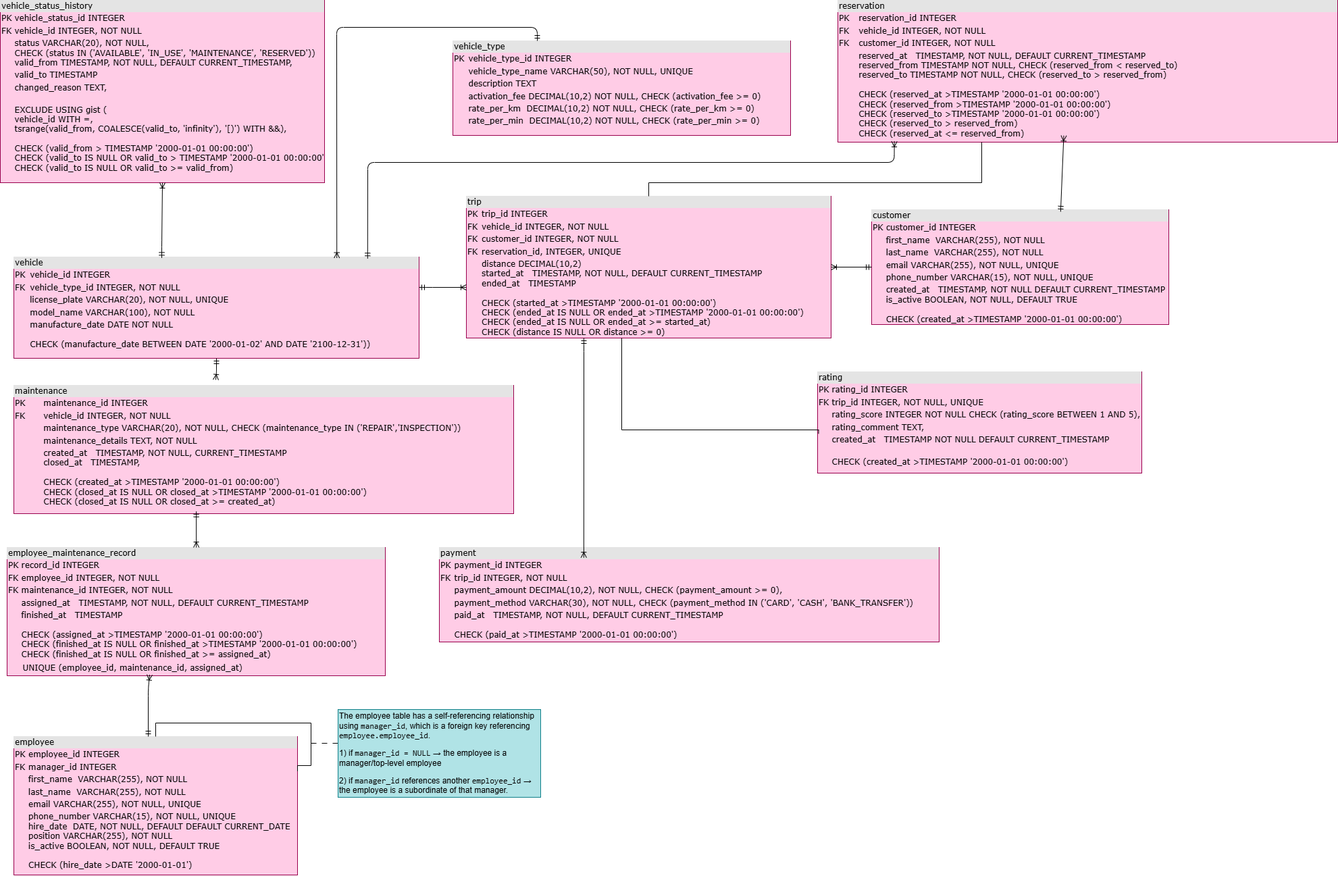
alexandramanica/Manica_Alexandra_SP26 keeps this draw.io diagram as DB_Alexandra_Manica_HW_CarSharingService_diagram_upd.png. Above is the earlier version. Source tidied: cells renumbered, new cells last; positions are measured from the earlier drawing's top-left corner, leaving out a move shared by most shapes.
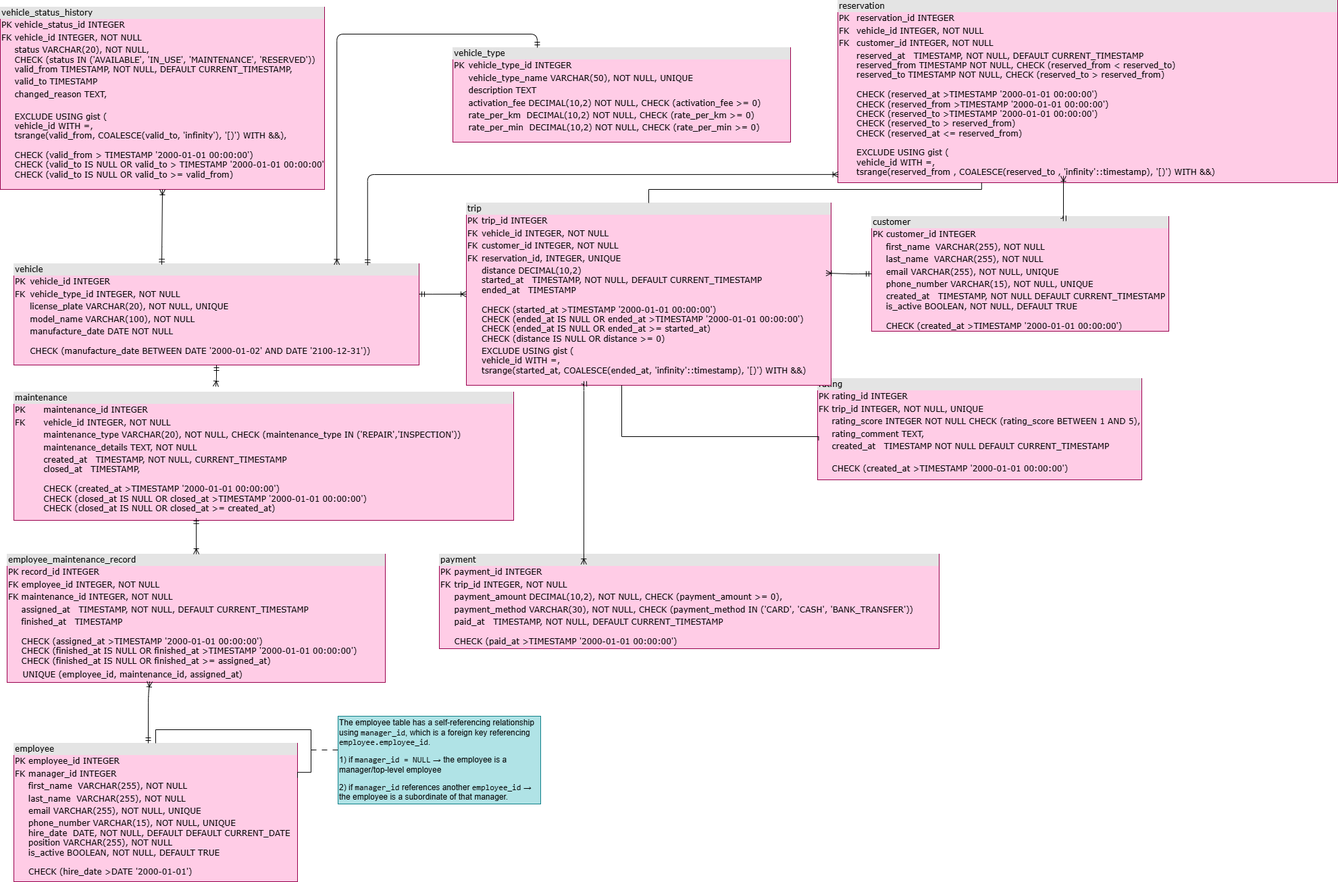
The same diagram one commit later.

Commit message:
SQL_DDL_HW_FeedbackImplemented

Diff of the diagram source:
```diff
@@ -65,8 +65,8 @@
         </Array>
       </mxGeometry>
     </mxCell>
-    <mxCell id="16" value="&lt;div style=&quot;box-sizing: border-box; width: 100%; background: rgb(228, 228, 228); padding: 2px;&quot;&gt;trip&lt;/div&gt;&lt;table style=&quot;width: 100% ; font-size: 1em&quot; cellpadding=&quot;2&quot; cellspacing=&quot;0&quot;&gt;&lt;tbody&gt;&lt;tr&gt;&lt;td&gt;PK&lt;/td&gt;&lt;td&gt;trip_id INTEGER&lt;/td&gt;&lt;/tr&gt;&lt;tr&gt;&lt;td&gt;FK&lt;/td&gt;&lt;td&gt;vehicle_id INTEGER,&amp;nbsp;&lt;span class=&quot;ͼg&quot;&gt;NOT&lt;/span&gt; &lt;span class=&quot;ͼj&quot;&gt;NULL&lt;/span&gt;&lt;/td&gt;&lt;/tr&gt;&lt;tr&gt;&lt;td&gt;FK&lt;/td&gt;&lt;td&gt;customer_id INTEGER, NOT NULL&lt;/td&gt;&lt;/tr&gt;&lt;tr&gt;&lt;td&gt;FK&lt;/td&gt;&lt;td&gt;reservation_id, INTEGER, UNIQUE&lt;/td&gt;&lt;/tr&gt;&lt;tr&gt;&lt;td&gt;&lt;br&gt;&lt;/td&gt;&lt;td&gt;&lt;span class=&quot;ͼm&quot;&gt;distance&amp;nbsp;&lt;/span&gt;DECIMAL(&lt;span class=&quot;ͼj&quot; style=&quot;color: light-dark(rgb(0, 0, 0), rgb(255, 255, 255)); font-size: 1em; background-color: transparent;&quot;&gt;10&lt;/span&gt;&lt;span style=&quot;color: light-dark(rgb(0, 0, 0), rgb(255, 255, 255)); font-size: 1em; background-color: transparent;&quot;&gt;,&lt;/span&gt;&lt;span class=&quot;ͼj&quot; style=&quot;color: light-dark(rgb(0, 0, 0), rgb(255, 255, 255)); font-size: 1em; background-color: transparent;&quot;&gt;2&lt;/span&gt;&lt;span style=&quot;color: light-dark(rgb(0, 0, 0), rgb(255, 255, 255)); font-size: 1em; background-color: transparent;&quot;&gt;)&lt;/span&gt;&lt;span style=&quot;font-size: 1em; background-color: transparent; color: light-dark(rgb(0, 0, 0), rgb(255, 255, 255));&quot;&gt;&lt;br&gt;&lt;/span&gt;started_at&amp;nbsp;&amp;nbsp; TIMESTAMP, NOT NULL, DEFAULT CURRENT_TIMESTAMP&lt;br&gt;ended_at&amp;nbsp;&amp;nbsp; TIMESTAMP&lt;br&gt;&lt;br&gt;CHECK (started_at &amp;gt;TIMESTAMP '2000-01-01 00:00:00')&lt;br&gt;CHECK (ended_at IS NULL OR ended_at &amp;gt;TIMESTAMP '2000-01-01 00:00:00')&lt;br&gt;CHECK (ended_at IS NULL OR ended_at &amp;gt;= started_at)&lt;br&gt;CHECK (distance IS NULL OR distance &amp;gt;= 0)&lt;/td&gt;&lt;/tr&gt;&lt;tr&gt;&lt;td&gt;&lt;br&gt;&lt;/td&gt;&lt;td&gt;&lt;br&gt;&lt;/td&gt;&lt;/tr&gt;&lt;/tbody&gt;&lt;/table&gt;" style="verticalAlign=top;align=left;overflow=fill;html=1;rounded=0;shadow=0;comic=0;labelBackgroundColor=none;strokeWidth=1;fontFamily=Verdana;fontSize=12;fillColor=#FFCCE6;strokeColor=#99004D;" parent="1" vertex="1">
-      <mxGeometry x="690" y="290" width="540" height="210" as="geometry" />
+    <mxCell id="16" value="&lt;div style=&quot;box-sizing: border-box; width: 100%; background: rgb(228, 228, 228); padding: 2px;&quot;&gt;trip&lt;/div&gt;&lt;table style=&quot;width: 100% ; font-size: 1em&quot; cellpadding=&quot;2&quot; cellspacing=&quot;0&quot;&gt;&lt;tbody&gt;&lt;tr&gt;&lt;td&gt;PK&lt;/td&gt;&lt;td&gt;trip_id INTEGER&lt;/td&gt;&lt;/tr&gt;&lt;tr&gt;&lt;td&gt;FK&lt;/td&gt;&lt;td&gt;vehicle_id INTEGER,&amp;nbsp;&lt;span class=&quot;ͼg&quot;&gt;NOT&lt;/span&gt; &lt;span class=&quot;ͼj&quot;&gt;NULL&lt;/span&gt;&lt;/td&gt;&lt;/tr&gt;&lt;tr&gt;&lt;td&gt;FK&lt;/td&gt;&lt;td&gt;customer_id INTEGER, NOT NULL&lt;/td&gt;&lt;/tr&gt;&lt;tr&gt;&lt;td&gt;FK&lt;/td&gt;&lt;td&gt;reservation_id, INTEGER, UNIQUE&lt;/td&gt;&lt;/tr&gt;&lt;tr&gt;&lt;td&gt;&lt;br&gt;&lt;/td&gt;&lt;td&gt;&lt;span class=&quot;ͼm&quot;&gt;distance&amp;nbsp;&lt;/span&gt;DECIMAL(&lt;span class=&quot;ͼj&quot; style=&quot;color: light-dark(rgb(0, 0, 0), rgb(255, 255, 255)); font-size: 1em; background-color: transparent;&quot;&gt;10&lt;/span&gt;&lt;span style=&quot;color: light-dark(rgb(0, 0, 0), rgb(255, 255, 255)); font-size: 1em; background-color: transparent;&quot;&gt;,&lt;/span&gt;&lt;span class=&quot;ͼj&quot; style=&quot;color: light-dark(rgb(0, 0, 0), rgb(255, 255, 255)); font-size: 1em; background-color: transparent;&quot;&gt;2&lt;/span&gt;&lt;span style=&quot;color: light-dark(rgb(0, 0, 0), rgb(255, 255, 255)); font-size: 1em; background-color: transparent;&quot;&gt;)&lt;/span&gt;&lt;span style=&quot;font-size: 1em; background-color: transparent; color: light-dark(rgb(0, 0, 0), rgb(255, 255, 255));&quot;&gt;&lt;br&gt;&lt;/span&gt;started_at&amp;nbsp;&amp;nbsp; TIMESTAMP, NOT NULL, DEFAULT CURRENT_TIMESTAMP&lt;br&gt;ended_at&amp;nbsp;&amp;nbsp; TIMESTAMP&lt;br&gt;&lt;br&gt;CHECK (started_at &amp;gt;TIMESTAMP '2000-01-01 00:00:00')&lt;br&gt;CHECK (ended_at IS NULL OR ended_at &amp;gt;TIMESTAMP '2000-01-01 00:00:00')&lt;br&gt;CHECK (ended_at IS NULL OR ended_at &amp;gt;= started_at)&lt;br&gt;CHECK (distance IS NULL OR distance &amp;gt;= 0)&lt;/td&gt;&lt;/tr&gt;&lt;tr&gt;&lt;td&gt;&lt;br&gt;&lt;/td&gt;&lt;td&gt;EXCLUDE USING gist (&lt;br&gt;vehicle_id WITH =,&lt;br&gt;tsrange(started_at, COALESCE(ended_at, 'infinity'::timestamp), '[)') WITH &amp;amp;&amp;amp;)&lt;/td&gt;&lt;/tr&gt;&lt;/tbody&gt;&lt;/table&gt;" style="verticalAlign=top;align=left;overflow=fill;html=1;rounded=0;shadow=0;comic=0;labelBackgroundColor=none;strokeWidth=1;fontFamily=Verdana;fontSize=12;fillColor=#FFCCE6;strokeColor=#99004D;" parent="1" vertex="1">
+      <mxGeometry x="690" y="290" width="540" height="270" as="geometry" />
     </mxCell>
     <mxCell id="17" style="edgeStyle=orthogonalEdgeStyle;rounded=0;jettySize=auto;html=1;entryX=0.003;entryY=0.611;entryDx=0;entryDy=0;entryPerimeter=0;endArrow=none;endFill=0;" parent="1" edge="1" source="16" target="8">
       <mxGeometry relative="1" as="geometry">
@@ -95,22 +95,22 @@
         </Array>
       </mxGeometry>
     </mxCell>
-    <mxCell id="21" style="edgeStyle=orthogonalEdgeStyle;html=1;labelBackgroundColor=none;startArrow=ERmandOne;endArrow=ERoneToMany;fontFamily=Verdana;fontSize=12;align=left;exitX=0;exitY=0.5;exitDx=0;exitDy=0;" parent="1" edge="1" source="7" target="16">
+    <mxCell id="21" style="edgeStyle=orthogonalEdgeStyle;html=1;labelBackgroundColor=none;startArrow=ERmandOne;endArrow=ERoneToMany;fontFamily=Verdana;fontSize=12;align=left;exitX=0;exitY=0.5;exitDx=0;exitDy=0;entryX=0.986;entryY=0.385;entryDx=0;entryDy=0;entryPerimeter=0;" parent="1" edge="1" source="7" target="16">
       <mxGeometry relative="1" as="geometry" />
     </mxCell>
-    <mxCell id="22" style="edgeStyle=orthogonalEdgeStyle;html=1;labelBackgroundColor=none;startArrow=ERmandOne;endArrow=ERoneToMany;fontFamily=Verdana;fontSize=12;align=left;entryX=0.289;entryY=0.108;entryDx=0;entryDy=0;entryPerimeter=0;" parent="1" edge="1" target="9">
+    <mxCell id="22" style="edgeStyle=orthogonalEdgeStyle;html=1;labelBackgroundColor=none;startArrow=ERmandOne;endArrow=ERoneToMany;fontFamily=Verdana;fontSize=12;align=left;entryX=0.289;entryY=0.108;entryDx=0;entryDy=0;entryPerimeter=0;exitX=0.315;exitY=0.993;exitDx=0;exitDy=0;exitPerimeter=0;" parent="1" edge="1" source="16" target="9">
       <mxGeometry relative="1" as="geometry">
-        <mxPoint x="864" y="500" as="sourcePoint" />
         <Array as="points">
-          <mxPoint x="864" y="510" />
+          <mxPoint x="864" y="558" />
         </Array>
       </mxGeometry>
     </mxCell>
-    <mxCell id="23" value="&lt;div style=&quot;box-sizing: border-box; width: 100%; background: rgb(228, 228, 228); padding: 2px;&quot;&gt;reservation&lt;/div&gt;&lt;table style=&quot;width: 100% ; font-size: 1em&quot; cellpadding=&quot;2&quot; cellspacing=&quot;0&quot;&gt;&lt;tbody&gt;&lt;tr&gt;&lt;td&gt;PK&lt;/td&gt;&lt;td&gt;reservation_id INTEGER&lt;/td&gt;&lt;/tr&gt;&lt;tr&gt;&lt;td&gt;FK&lt;/td&gt;&lt;td&gt;vehicle_id INTEGER,&amp;nbsp;&lt;span class=&quot;ͼg&quot;&gt;NOT&lt;/span&gt; &lt;span class=&quot;ͼj&quot;&gt;NULL&lt;/span&gt;&lt;/td&gt;&lt;/tr&gt;&lt;tr&gt;&lt;td&gt;FK&lt;/td&gt;&lt;td&gt;customer_id INTEGER, NOT NULL&lt;/td&gt;&lt;/tr&gt;&lt;tr&gt;&lt;td&gt;&lt;br&gt;&lt;/td&gt;&lt;td&gt;reserved_at&amp;nbsp;&amp;nbsp; TIMESTAMP, NOT NULL, DEFAULT CURRENT_TIMESTAMP&lt;br&gt;reserved_from &lt;span class=&quot;ͼm&quot;&gt;TIMESTAMP&lt;/span&gt; &lt;span class=&quot;ͼg&quot;&gt;NOT&lt;/span&gt; &lt;span class=&quot;ͼj&quot;&gt;NULL&lt;/span&gt;, C&lt;span class=&quot;ͼg&quot;&gt;HECK&lt;/span&gt;&amp;nbsp;(reserved_from &amp;lt;&lt;span style=&quot;color: light-dark(rgb(0, 0, 0), rgb(255, 255, 255)); font-size: 1em; background-color: transparent;&quot;&gt;&amp;nbsp;&lt;/span&gt;&lt;span style=&quot;color: light-dark(rgb(0, 0, 0), rgb(255, 255, 255)); font-size: 1em; background-color: transparent;&quot;&gt;reserved_to&lt;/span&gt;)&lt;br&gt;    reserved_to   &lt;span class=&quot;ͼm&quot;&gt;TIMESTAMP&lt;/span&gt; &lt;span class=&quot;ͼg&quot;&gt;NOT&lt;/span&gt; &lt;span class=&quot;ͼj&quot;&gt;NULL&lt;/span&gt;, C&lt;span class=&quot;ͼg&quot;&gt;HECK&lt;/span&gt;&amp;nbsp;(reserved_to&amp;nbsp;&lt;span style=&quot;color: light-dark(rgb(0, 0, 0), rgb(255, 255, 255)); font-size: 1em; background-color: transparent;&quot;&gt;&amp;gt;&lt;/span&gt;&lt;span style=&quot;color: light-dark(rgb(0, 0, 0), rgb(255, 255, 255)); font-size: 1em; background-color: transparent;&quot;&gt;&amp;nbsp;&lt;/span&gt;&lt;span style=&quot;color: light-dark(rgb(0, 0, 0), rgb(255, 255, 255)); font-size: 1em; background-color: transparent;&quot;&gt;reserved_from&lt;/span&gt;)&lt;br&gt;&lt;br&gt;CHECK (reserved_at &amp;gt;TIMESTAMP '2000-01-01 00:00:00')&lt;br&gt;CHECK (reserved_from &amp;gt;TIMESTAMP '2000-01-01 00:00:00')&lt;br&gt;CHECK (reserved_to &amp;gt;TIMESTAMP '2000-01-01 00:00:00')&lt;br&gt;CHECK (reserved_to &amp;gt; reserved_from)&lt;br&gt;CHECK (reserved_at &amp;lt;= reserved_from)&lt;br&gt;&lt;br&gt;&lt;/td&gt;&lt;/tr&gt;&lt;tr&gt;&lt;td&gt;&lt;br&gt;&lt;/td&gt;&lt;td&gt;&lt;br&gt;&lt;/td&gt;&lt;/tr&gt;&lt;/tbody&gt;&lt;/table&gt;" style="verticalAlign=top;align=left;overflow=fill;html=1;rounded=0;shadow=0;comic=0;labelBackgroundColor=none;strokeWidth=1;fontFamily=Verdana;fontSize=12;fillColor=#FFCCE6;strokeColor=#99004D;" parent="1" vertex="1">
-      <mxGeometry x="1240" width="740" height="210" as="geometry" />
+    <mxCell id="23" value="&lt;div style=&quot;box-sizing: border-box; width: 100%; background: rgb(228, 228, 228); padding: 2px;&quot;&gt;reservation&lt;/div&gt;&lt;table style=&quot;width: 100% ; font-size: 1em&quot; cellpadding=&quot;2&quot; cellspacing=&quot;0&quot;&gt;&lt;tbody&gt;&lt;tr&gt;&lt;td&gt;PK&lt;/td&gt;&lt;td&gt;reservation_id INTEGER&lt;/td&gt;&lt;/tr&gt;&lt;tr&gt;&lt;td&gt;FK&lt;/td&gt;&lt;td&gt;vehicle_id INTEGER,&amp;nbsp;&lt;span class=&quot;ͼg&quot;&gt;NOT&lt;/span&gt; &lt;span class=&quot;ͼj&quot;&gt;NULL&lt;/span&gt;&lt;/td&gt;&lt;/tr&gt;&lt;tr&gt;&lt;td&gt;FK&lt;/td&gt;&lt;td&gt;customer_id INTEGER, NOT NULL&lt;/td&gt;&lt;/tr&gt;&lt;tr&gt;&lt;td&gt;&lt;br&gt;&lt;/td&gt;&lt;td&gt;reserved_at&amp;nbsp;&amp;nbsp; TIMESTAMP, NOT NULL, DEFAULT CURRENT_TIMESTAMP&lt;br&gt;reserved_from &lt;span class=&quot;ͼm&quot;&gt;TIMESTAMP&lt;/span&gt; &lt;span class=&quot;ͼg&quot;&gt;NOT&lt;/span&gt; &lt;span class=&quot;ͼj&quot;&gt;NULL&lt;/span&gt;, C&lt;span class=&quot;ͼg&quot;&gt;HECK&lt;/span&gt;&amp;nbsp;(reserved_from &amp;lt;&lt;span style=&quot;color: light-dark(rgb(0, 0, 0), rgb(255, 255, 255)); font-size: 1em; background-color: transparent;&quot;&gt;&amp;nbsp;&lt;/span&gt;&lt;span style=&quot;color: light-dark(rgb(0, 0, 0), rgb(255, 255, 255)); font-size: 1em; background-color: transparent;&quot;&gt;reserved_to&lt;/span&gt;)&lt;br&gt;    reserved_to   &lt;span class=&quot;ͼm&quot;&gt;TIMESTAMP&lt;/span&gt; &lt;span class=&quot;ͼg&quot;&gt;NOT&lt;/span&gt; &lt;span class=&quot;ͼj&quot;&gt;NULL&lt;/span&gt;, C&lt;span class=&quot;ͼg&quot;&gt;HECK&lt;/span&gt;&amp;nbsp;(reserved_to&amp;nbsp;&lt;span style=&quot;color: light-dark(rgb(0, 0, 0), rgb(255, 255, 255)); font-size: 1em; background-color: transparent;&quot;&gt;&amp;gt;&lt;/span&gt;&lt;span style=&quot;color: light-dark(rgb(0, 0, 0), rgb(255, 255, 255)); font-size: 1em; background-color: transparent;&quot;&gt;&amp;nbsp;&lt;/span&gt;&lt;span style=&quot;color: light-dark(rgb(0, 0, 0), rgb(255, 255, 255)); font-size: 1em; background-color: transparent;&quot;&gt;reserved_from&lt;/span&gt;)&lt;br&gt;&lt;br&gt;CHECK (reserved_at &amp;gt;TIMESTAMP '2000-01-01 00:00:00')&lt;br&gt;CHECK (reserved_from &amp;gt;TIMESTAMP '2000-01-01 00:00:00')&lt;br&gt;CHECK (reserved_to &amp;gt;TIMESTAMP '2000-01-01 00:00:00')&lt;br&gt;CHECK (reserved_to &amp;gt; reserved_from)&lt;br&gt;CHECK (reserved_at &amp;lt;= reserved_from)&lt;br&gt;&lt;br&gt;EXCLUDE USING gist (&lt;br&gt;vehicle_id WITH =,&lt;br&gt;tsrange(reserved_from&amp;nbsp;, COALESCE(reserved_to&amp;nbsp;, 'infinity'::timestamp), '[)') WITH &amp;amp;&amp;amp;)&lt;br&gt;&lt;/td&gt;&lt;/tr&gt;&lt;tr&gt;&lt;td&gt;&lt;br&gt;&lt;/td&gt;&lt;td&gt;&lt;br&gt;&lt;/td&gt;&lt;/tr&gt;&lt;/tbody&gt;&lt;/table&gt;" style="verticalAlign=top;align=left;overflow=fill;html=1;rounded=0;shadow=0;comic=0;labelBackgroundColor=none;strokeWidth=1;fontFamily=Verdana;fontSize=12;fillColor=#FFCCE6;strokeColor=#99004D;" parent="1" vertex="1">
+      <mxGeometry x="1240" y="-10" width="740" height="270" as="geometry" />
     </mxCell>
-    <mxCell id="24" style="edgeStyle=orthogonalEdgeStyle;html=1;labelBackgroundColor=none;startArrow=ERmandOne;endArrow=ERoneToMany;fontFamily=Verdana;fontSize=12;align=left;entryX=0.452;entryY=0.954;entryDx=0;entryDy=0;exitX=0.636;exitY=0.017;exitDx=0;exitDy=0;entryPerimeter=0;exitPerimeter=0;" parent="1" edge="1" source="7" target="23">
+    <mxCell id="24" style="edgeStyle=orthogonalEdgeStyle;html=1;labelBackgroundColor=none;startArrow=ERmandOne;endArrow=ERoneToMany;fontFamily=Verdana;fontSize=12;align=left;exitX=0.636;exitY=0.017;exitDx=0;exitDy=0;exitPerimeter=0;" parent="1" edge="1" source="7">
       <mxGeometry relative="1" as="geometry">
+        <mxPoint x="1574" y="250" as="targetPoint" />
         <Array as="points">
           <mxPoint x="1574" y="313" />
         </Array>
@@ -124,11 +124,10 @@
         </Array>
       </mxGeometry>
     </mxCell>
-    <mxCell id="26" style="edgeStyle=orthogonalEdgeStyle;html=1;labelBackgroundColor=none;startArrow=ERmandOne;endArrow=ERoneToMany;fontFamily=Verdana;fontSize=12;align=left;entryX=0.113;entryY=0.995;entryDx=0;entryDy=0;exitX=0.873;exitY=0.015;exitDx=0;exitDy=0;entryPerimeter=0;exitPerimeter=0;" parent="1" edge="1" source="6" target="23">
+    <mxCell id="26" style="edgeStyle=orthogonalEdgeStyle;html=1;labelBackgroundColor=none;startArrow=ERmandOne;endArrow=ERoneToMany;fontFamily=Verdana;fontSize=12;align=left;exitX=0.873;exitY=0.015;exitDx=0;exitDy=0;exitPerimeter=0;entryX=0.001;entryY=0.955;entryDx=0;entryDy=0;entryPerimeter=0;" parent="1" edge="1" source="6" target="23">
       <mxGeometry relative="1" as="geometry">
         <Array as="points">
-          <mxPoint x="544" y="240" />
-          <mxPoint x="1323" y="240" />
+          <mxPoint x="544" y="248" />
         </Array>
       </mxGeometry>
     </mxCell>
```
